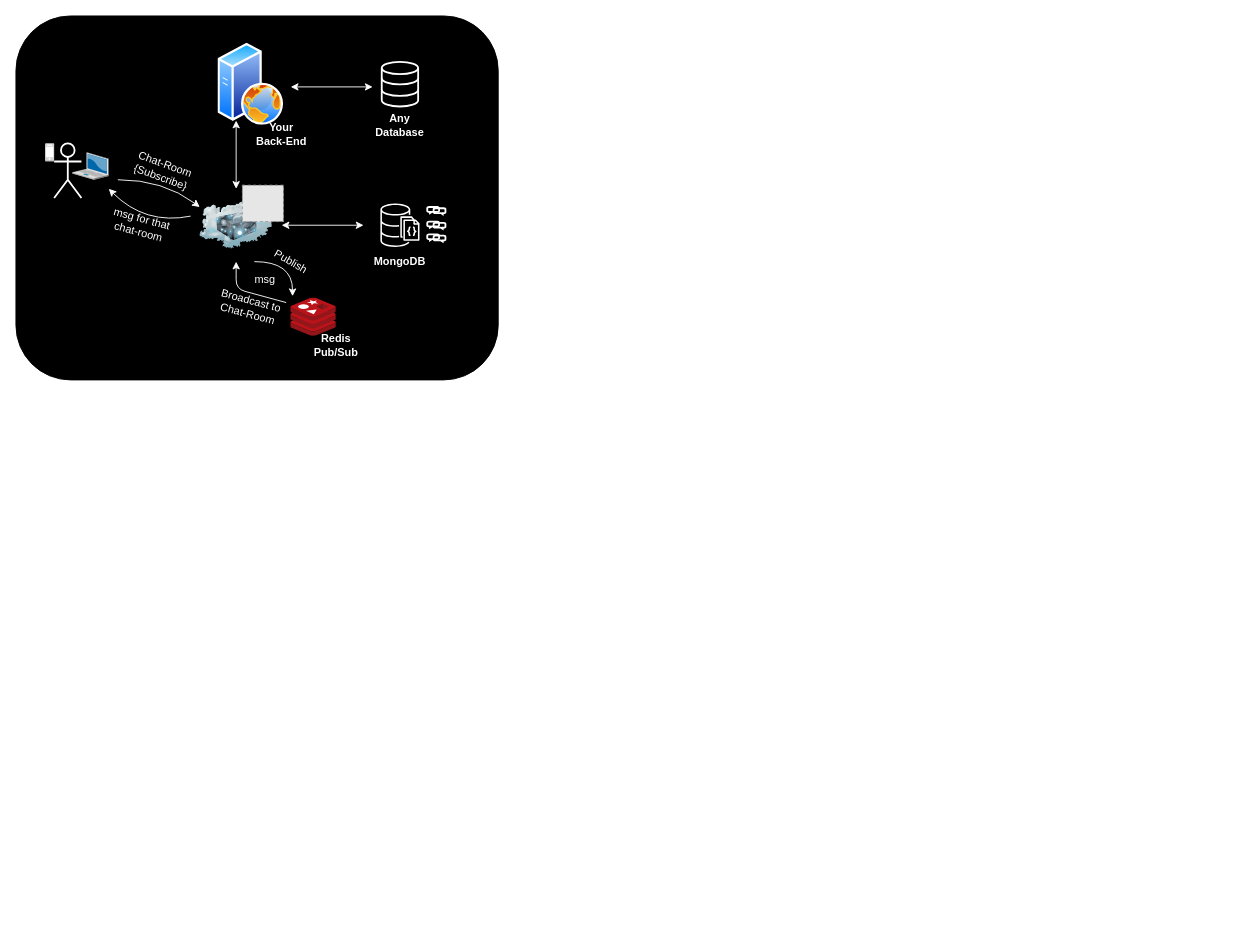
This is design/Hedwig.drawio from shawarmaKoders/Hedwig, a draw.io file, before an edit. Source tidied: cells renumbered, new cells numbered last; positions are measured from the earlier drawing's top-left corner, leaving out a move shared by most shapes. Both pictures are drawn from the tidied source at 91%, with x=0, y=0 at pixel (15, 15). Pictures stored in the file or linked from it are replaced by grey dashed boxes.
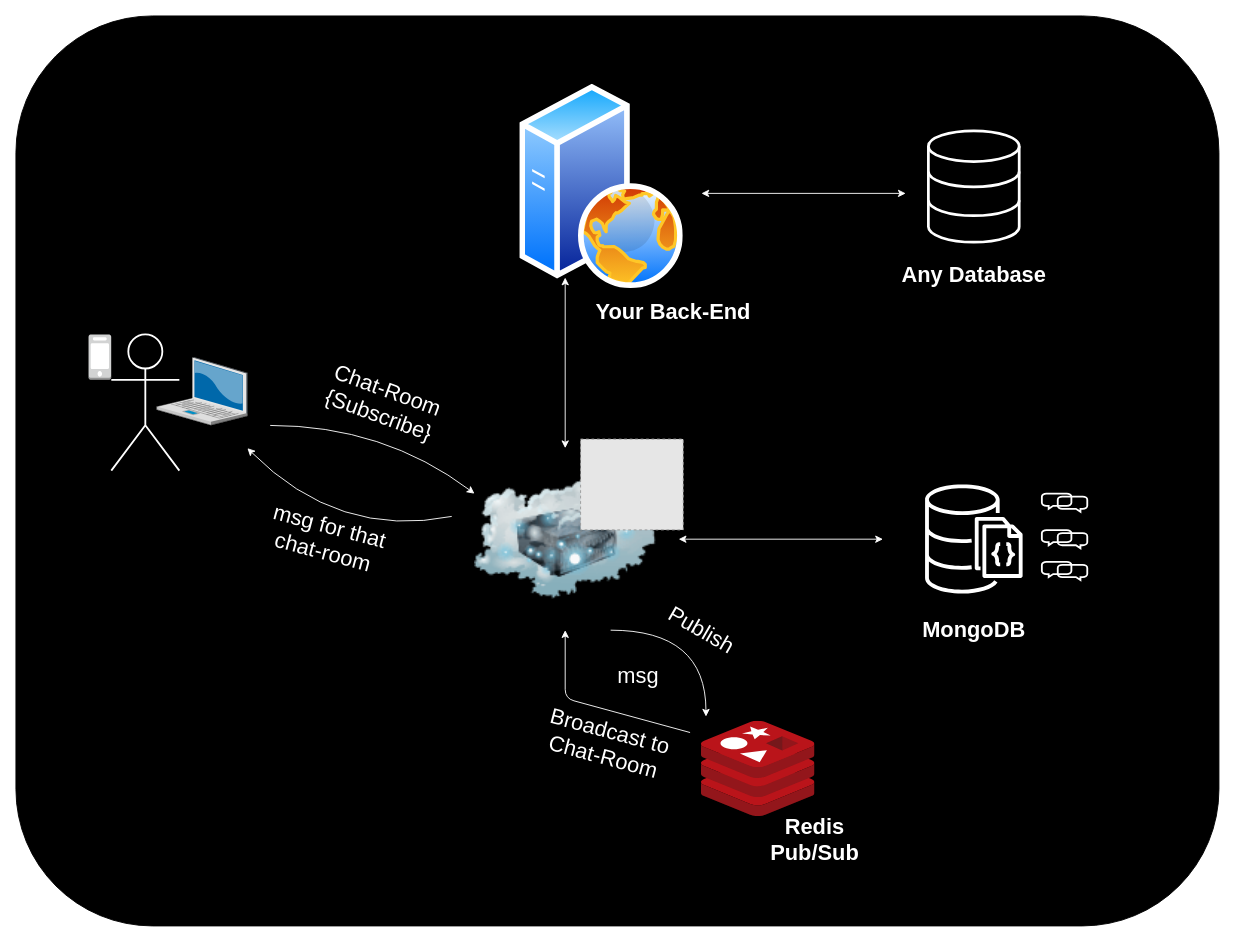
Above is the later version.

Commit message (it also covers changes not shown here):
Fixed the design-flow diagram's scale (#22)

* Enlarged the design image

The edit, as a diff of the source:
```diff
@@
     <mxCell id="2" style="rounded=1;whiteSpace=wrap;html=1;strokeColor=#000000;strokeWidth=1;fillColor=#000000;" parent="1" vertex="1">
-      <mxGeometry width="530" height="400" as="geometry" />
+      <mxGeometry width="1322" height="1000" as="geometry" />
     </mxCell>
     <mxCell id="3" style="perimeter=ellipsePerimeter;html=1;align=center;shadow=0;dashed=0;spacingTop=3;image;image=img/lib/active_directory/web_server.svg;strokeColor=#FFFFFF;" parent="1" vertex="1">
-      <mxGeometry x="222" y="30" width="72" height="90" as="geometry" />
+      <mxGeometry x="553.7" y="75" width="179.6" height="224.5" as="geometry" />
     </mxCell>
     <mxCell id="4" style="shape=umlActor;verticalLabelPosition=bottom;labelBackgroundColor=#ffffff;verticalAlign=top;html=1;strokeWidth=2;strokeColor=#FFFFFF;fillColor=none;" parent="1" vertex="1">
-      <mxGeometry x="42" y="140" width="30" height="60" as="geometry" />
+      <mxGeometry x="104.8" y="350" width="74.8" height="149.7" as="geometry" />
     </mxCell>
     <mxCell id="5" style="dashed=0;verticalLabelPosition=bottom;verticalAlign=top;align=center;html=1;shape=mxgraph.aws3.mobile_client;fillColor=#D2D3D3;gradientColor=none;strokeWidth=2;strokeColor=#FFFFFF;" parent="1" vertex="1">
-      <mxGeometry x="32" y="140" width="10" height="20" as="geometry" />
+      <mxGeometry x="79.8" y="350" width="24.9" height="49.9" as="geometry" />
     </mxCell>
     <mxCell id="6" style="verticalLabelPosition=bottom;html=1;verticalAlign=top;strokeColor=#FFFFFF;align=center;shape=mxgraph.citrix.laptop_2;" parent="1" vertex="1">
-      <mxGeometry x="62" y="150" width="40.2" height="30" as="geometry" />
+      <mxGeometry x="154.6" y="375" width="100.4" height="74.8" as="geometry" />
     </mxCell>
-    <mxCell id="7" style="html=1;verticalLabelPosition=bottom;align=center;labelBackgroundColor=#ffffff;verticalAlign=top;strokeWidth=2;strokeColor=#FFFFFF;shadow=0;dashed=0;shape=mxgraph.ios7.icons.data;fillColor=none;" parent="1" vertex="1">
-      <mxGeometry x="402" y="50.5" width="40" height="49" as="geometry" />
+    <mxCell id="7" style="html=1;verticalLabelPosition=bottom;align=center;labelBackgroundColor=#ffffff;verticalAlign=top;strokeWidth=3;strokeColor=#FFFFFF;shadow=0;dashed=0;shape=mxgraph.ios7.icons.data;fillColor=none;fontStyle=0;" parent="1" vertex="1">
+      <mxGeometry x="1002.7" y="126.2" width="99.8" height="122.5" as="geometry" />
     </mxCell>
     <mxCell id="8" style="fontColor=#232F3E;gradientColor=#4D72F3;gradientDirection=north;fillColor=none;strokeColor=#FFFFFF;dashed=0;verticalLabelPosition=bottom;verticalAlign=top;align=center;html=1;fontSize=12;fontStyle=0;shape=mxgraph.aws4.resourceIcon;resIcon=mxgraph.aws4.documentdb_with_mongodb_compatibility;" parent="1" vertex="1">
-      <mxGeometry x="392" y="200" width="60" height="60" as="geometry" />
+      <mxGeometry x="977.8" y="500" width="149.7" height="149.7" as="geometry" />
     </mxCell>
     <mxCell id="9" style="html=1;points=[];align=center;image;fontSize=12;image=img/lib/mscae/Cache_Redis_Product.svg;strokeWidth=2;strokeColor=#FFFFFF;" parent="1" vertex="1">
-      <mxGeometry x="302" y="310" width="50" height="42" as="geometry" />
+      <mxGeometry x="753.3" y="775" width="124.7" height="104.8" as="geometry" />
     </mxCell>
     <mxCell id="10" style="image;html=1;labelBackgroundColor=#ffffff;image=img/lib/clip_art/networking/Cloud_Server_128x128.png;strokeWidth=2;strokeColor=#FFFFFF;" parent="1" vertex="1">
-      <mxGeometry x="202" y="190" width="80" height="80" as="geometry" />
+      <mxGeometry x="503.9" y="475" width="199.5" height="200" as="geometry" />
     </mxCell>
     <mxCell id="11" style="endArrow=classic;startArrow=classic;html=1;exitX=0.5;exitY=0;exitDx=0;exitDy=0;strokeColor=#FFFFFF;" parent="1" edge="1">
       <mxGeometry relative="1" as="geometry">
-        <mxPoint x="242" y="190" as="sourcePoint" />
-        <mxPoint x="242" y="115" as="targetPoint" />
+        <mxPoint x="603.6" y="475" as="sourcePoint" />
+        <mxPoint x="603.6" y="287.5" as="targetPoint" />
       </mxGeometry>
     </mxCell>
     <mxCell id="12" style="endArrow=classic;startArrow=classic;html=1;strokeColor=#FFFFFF;" parent="1" edge="1">
       <mxGeometry relative="1" as="geometry">
-        <mxPoint x="302" y="78" as="sourcePoint" />
-        <mxPoint x="392" y="78" as="targetPoint" />
+        <mxPoint x="753.3" y="195" as="sourcePoint" />
+        <mxPoint x="977.8" y="195" as="targetPoint" />
       </mxGeometry>
     </mxCell>
     <mxCell id="13" style="endArrow=classic;startArrow=classic;html=1;strokeColor=#FFFFFF;" parent="1" edge="1">
       <mxGeometry relative="1" as="geometry">
-        <mxPoint x="292" y="230" as="sourcePoint" />
-        <mxPoint x="382" y="230" as="targetPoint" />
+        <mxPoint x="728.3" y="575" as="sourcePoint" />
+        <mxPoint x="952.8" y="575" as="targetPoint" />
       </mxGeometry>
     </mxCell>
     <mxCell id="14" style="endArrow=classic;html=1;entryX=-0.1;entryY=0.119;entryDx=0;entryDy=0;entryPerimeter=0;exitX=-0.1;exitY=0.119;exitDx=0;exitDy=0;exitPerimeter=0;strokeColor=#FFFFFF;" parent="1" edge="1" source="9">
       <mxGeometry relative="1" as="geometry">
-        <mxPoint x="242" y="270" as="targetPoint" />
+        <mxPoint x="603.6" y="675" as="targetPoint" />
         <Array as="points">
-          <mxPoint x="242" y="300" />
+          <mxPoint x="603.6" y="750" />
         </Array>
       </mxGeometry>
     </mxCell>
     <mxCell id="15" style="endArrow=classic;html=1;exitX=0.75;exitY=1;exitDx=0;exitDy=0;entryX=0.04;entryY=-0.048;entryDx=0;entryDy=0;edgeStyle=orthogonalEdgeStyle;curved=1;entryPerimeter=0;strokeColor=#FFFFFF;" parent="1" edge="1" source="10" target="9">
       <mxGeometry relative="1" as="geometry">
         <Array as="points">
-          <mxPoint x="304" y="270" />
+          <mxPoint x="758.3" y="675" />
         </Array>
       </mxGeometry>
     </mxCell>
     <mxCell id="16" style="html=1;verticalLabelPosition=bottom;align=center;labelBackgroundColor=#ffffff;verticalAlign=top;strokeWidth=2;strokeColor=#FFFFFF;shadow=0;dashed=0;shape=mxgraph.ios7.icons.chat;fillColor=none;" parent="1" vertex="1">
-      <mxGeometry x="452" y="210" width="20" height="8" as="geometry" />
+      <mxGeometry x="1127.4" y="525" width="49.9" height="20" as="geometry" />
     </mxCell>
     <mxCell id="17" style="html=1;verticalLabelPosition=bottom;align=center;labelBackgroundColor=#ffffff;verticalAlign=top;strokeWidth=2;strokeColor=#FFFFFF;shadow=0;dashed=0;shape=mxgraph.ios7.icons.chat;fillColor=none;" parent="1" vertex="1">
-      <mxGeometry x="452" y="226" width="20" height="8" as="geometry" />
+      <mxGeometry x="1127.4" y="565" width="49.9" height="20" as="geometry" />
     </mxCell>
     <mxCell id="18" style="html=1;verticalLabelPosition=bottom;align=center;labelBackgroundColor=#ffffff;verticalAlign=top;strokeWidth=2;strokeColor=#FFFFFF;shadow=0;dashed=0;shape=mxgraph.ios7.icons.chat;fillColor=none;" parent="1" vertex="1">
-      <mxGeometry x="452" y="240" width="20" height="8" as="geometry" />
+      <mxGeometry x="1127.4" y="600" width="49.9" height="20" as="geometry" />
     </mxCell>
     <mxCell id="19" style="curved=1;endArrow=classic;html=1;entryX=0;entryY=0.25;entryDx=0;entryDy=0;strokeColor=#FFFFFF;" parent="1" edge="1" target="10">
       <mxGeometry relative="1" as="geometry">
-        <mxPoint x="112" y="180" as="sourcePoint" />
+        <mxPoint x="279.4" y="450" as="sourcePoint" />
         <Array as="points">
-          <mxPoint x="162" y="180" />
+          <mxPoint x="404.1" y="450" />
         </Array>
       </mxGeometry>
     </mxCell>
     <mxCell id="20" style="curved=1;endArrow=classic;html=1;entryX=0;entryY=0.25;entryDx=0;entryDy=0;strokeColor=#FFFFFF;" parent="1" edge="1">
       <mxGeometry relative="1" as="geometry">
-        <mxPoint x="192" y="220" as="sourcePoint" />
-        <mxPoint x="102" y="190" as="targetPoint" />
+        <mxPoint x="478.9" y="550" as="sourcePoint" />
+        <mxPoint x="254.4" y="475" as="targetPoint" />
         <Array as="points">
-          <mxPoint x="142" y="230" />
+          <mxPoint x="354.2" y="575" />
         </Array>
       </mxGeometry>
     </mxCell>
-    <mxCell id="21" value="&lt;b&gt;&lt;font color=&quot;#ffffff&quot;&gt;Your Back-End&lt;/font&gt;&lt;/b&gt;" style="text;html=1;strokeColor=none;fillColor=none;align=center;verticalAlign=middle;whiteSpace=wrap;rounded=0;strokeWidth=1;fontColor=#000000;" parent="1" vertex="1">
-      <mxGeometry x="262" y="120" width="60" height="20" as="geometry" />
+    <mxCell id="21" value="&lt;b&gt;&lt;font color=&quot;#ffffff&quot; style=&quot;font-size: 24px&quot;&gt;Your Back-End&lt;/font&gt;&lt;/b&gt;" style="text;html=1;strokeColor=none;fillColor=none;align=center;verticalAlign=middle;whiteSpace=wrap;rounded=0;strokeWidth=1;fontColor=#000000;" parent="1" vertex="1">
+      <mxGeometry x="633.6" y="300" width="176.5" height="50" as="geometry" />
     </mxCell>
-    <mxCell id="22" value="&lt;b&gt;&lt;font color=&quot;#ffffff&quot;&gt;Any Database&lt;/font&gt;&lt;/b&gt;" style="text;html=1;strokeColor=none;fillColor=none;align=center;verticalAlign=middle;whiteSpace=wrap;rounded=0;" parent="1" vertex="1">
-      <mxGeometry x="382" y="110" width="80" height="20" as="geometry" />
+    <mxCell id="22" value="&lt;b&gt;&lt;font color=&quot;#ffffff&quot; style=&quot;font-size: 24px&quot;&gt;Any Database&lt;/font&gt;&lt;/b&gt;" style="text;html=1;strokeColor=none;fillColor=none;align=center;verticalAlign=middle;whiteSpace=wrap;rounded=0;" parent="1" vertex="1">
+      <mxGeometry x="952.8" y="260" width="199.5" height="50" as="geometry" />
     </mxCell>
-    <mxCell id="23" value="&lt;b&gt;&lt;font color=&quot;#ffffff&quot;&gt;Redis Pub/Sub&lt;/font&gt;&lt;/b&gt;" style="text;html=1;strokeColor=none;fillColor=none;align=center;verticalAlign=middle;whiteSpace=wrap;rounded=0;" parent="1" vertex="1">
-      <mxGeometry x="332" y="352" width="40" height="20" as="geometry" />
+    <mxCell id="23" value="&lt;b style=&quot;font-size: 24px;&quot;&gt;&lt;font color=&quot;#ffffff&quot; style=&quot;font-size: 24px;&quot;&gt;Redis Pub/Sub&lt;/font&gt;&lt;/b&gt;" style="text;html=1;strokeColor=none;fillColor=none;align=center;verticalAlign=middle;whiteSpace=wrap;rounded=0;fontSize=24;" parent="1" vertex="1">
+      <mxGeometry x="828.1" y="880" width="99.8" height="50" as="geometry" />
     </mxCell>
-    <mxCell id="24" value="&lt;b&gt;&lt;font color=&quot;#ffffff&quot;&gt;MongoDB&lt;/font&gt;&lt;/b&gt;" style="text;html=1;strokeColor=none;fillColor=none;align=center;verticalAlign=middle;whiteSpace=wrap;rounded=0;" parent="1" vertex="1">
-      <mxGeometry x="402" y="260" width="40" height="20" as="geometry" />
+    <mxCell id="24" value="&lt;b style=&quot;font-size: 24px;&quot;&gt;&lt;font color=&quot;#ffffff&quot; style=&quot;font-size: 24px;&quot;&gt;MongoDB&lt;/font&gt;&lt;/b&gt;" style="text;html=1;strokeColor=none;fillColor=none;align=center;verticalAlign=middle;whiteSpace=wrap;rounded=0;fontSize=24;" parent="1" vertex="1">
+      <mxGeometry x="1002.7" y="650" width="99.8" height="50" as="geometry" />
     </mxCell>
     <mxCell id="25" style="fillColor=#E6E6E6;strokeColor=#999999;dashed=1;" parent="1" vertex="1">
-      <mxGeometry x="248.8" y="186" width="45.2" height="40" as="geometry" />
+      <mxGeometry x="620.5" y="465" width="112.8" height="99.8" as="geometry" />
     </mxCell>
-    <mxCell id="26" value="&lt;font color=&quot;#ffffff&quot;&gt;msg&lt;/font&gt;" style="text;html=1;strokeColor=none;fillColor=none;align=center;verticalAlign=middle;whiteSpace=wrap;rounded=0;rotation=0;" parent="1" vertex="1">
-      <mxGeometry x="254" y="280" width="40" height="20" as="geometry" />
+    <mxCell id="26" value="&lt;font color=&quot;#ffffff&quot; style=&quot;font-size: 24px;&quot;&gt;msg&lt;/font&gt;" style="text;html=1;strokeColor=none;fillColor=none;align=center;verticalAlign=middle;whiteSpace=wrap;rounded=0;rotation=0;fontSize=24;" parent="1" vertex="1">
+      <mxGeometry x="633.6" y="700" width="99.8" height="50" as="geometry" />
     </mxCell>
-    <mxCell id="27" value="&lt;font color=&quot;#ffffff&quot;&gt;Publish&lt;/font&gt;" style="text;html=1;strokeColor=none;fillColor=none;align=center;verticalAlign=middle;rounded=0;rotation=30;" parent="1" vertex="1">
-      <mxGeometry x="282" y="260" width="40" height="20" as="geometry" />
+    <mxCell id="27" value="&lt;font color=&quot;#ffffff&quot; style=&quot;font-size: 24px;&quot;&gt;Publish&lt;/font&gt;" style="text;html=1;strokeColor=none;fillColor=none;align=center;verticalAlign=middle;rounded=0;rotation=30;fontSize=24;" parent="1" vertex="1">
+      <mxGeometry x="703.4" y="650" width="99.8" height="50" as="geometry" />
     </mxCell>
-    <mxCell id="28" value="&lt;font color=&quot;#ffffff&quot;&gt;Chat-Room {Subscribe}&lt;/font&gt;" style="text;html=1;strokeColor=none;fillColor=none;align=center;verticalAlign=middle;whiteSpace=wrap;rounded=0;rotation=20;" parent="1" vertex="1">
-      <mxGeometry x="142" y="160" width="40" height="20" as="geometry" />
+    <mxCell id="28" value="&lt;font color=&quot;#ffffff&quot; style=&quot;font-size: 24px;&quot;&gt;Chat-Room {Subscribe}&lt;/font&gt;" style="text;html=1;strokeColor=none;fillColor=none;align=center;verticalAlign=middle;whiteSpace=wrap;rounded=0;rotation=20;fontSize=24;" parent="1" vertex="1">
+      <mxGeometry x="354.2" y="400" width="99.8" height="50" as="geometry" />
     </mxCell>
-    <mxCell id="29" value="&lt;font color=&quot;#ffffff&quot;&gt;msg for that chat-room&lt;/font&gt;" style="text;html=1;strokeColor=none;fillColor=none;align=center;verticalAlign=middle;whiteSpace=wrap;rounded=0;rotation=15;" parent="1" vertex="1">
-      <mxGeometry x="102" y="220" width="70" height="20" as="geometry" />
+    <mxCell id="29" value="&lt;font color=&quot;#ffffff&quot; style=&quot;font-size: 24px;&quot;&gt;msg for that chat-room&lt;/font&gt;" style="text;html=1;strokeColor=none;fillColor=none;align=center;verticalAlign=middle;whiteSpace=wrap;rounded=0;rotation=15;fontSize=24;" parent="1" vertex="1">
+      <mxGeometry x="254.4" y="550" width="174.6" height="50" as="geometry" />
     </mxCell>
-    <mxCell id="30" value="&lt;font color=&quot;#ffffff&quot;&gt;Broadcast to Chat-Room&lt;/font&gt;" style="text;html=1;strokeColor=none;fillColor=none;align=center;verticalAlign=middle;whiteSpace=wrap;rounded=0;rotation=15;" parent="1" vertex="1">
-      <mxGeometry x="222" y="310" width="70" height="20" as="geometry" />
+    <mxCell id="30" value="&lt;font color=&quot;#ffffff&quot; style=&quot;font-size: 24px;&quot;&gt;Broadcast to Chat-Room&lt;/font&gt;" style="text;html=1;strokeColor=none;fillColor=none;align=center;verticalAlign=middle;whiteSpace=wrap;rounded=0;rotation=15;fontSize=24;" parent="1" vertex="1">
+      <mxGeometry x="562" y="775" width="174.6" height="50" as="geometry" />
     </mxCell>
```
